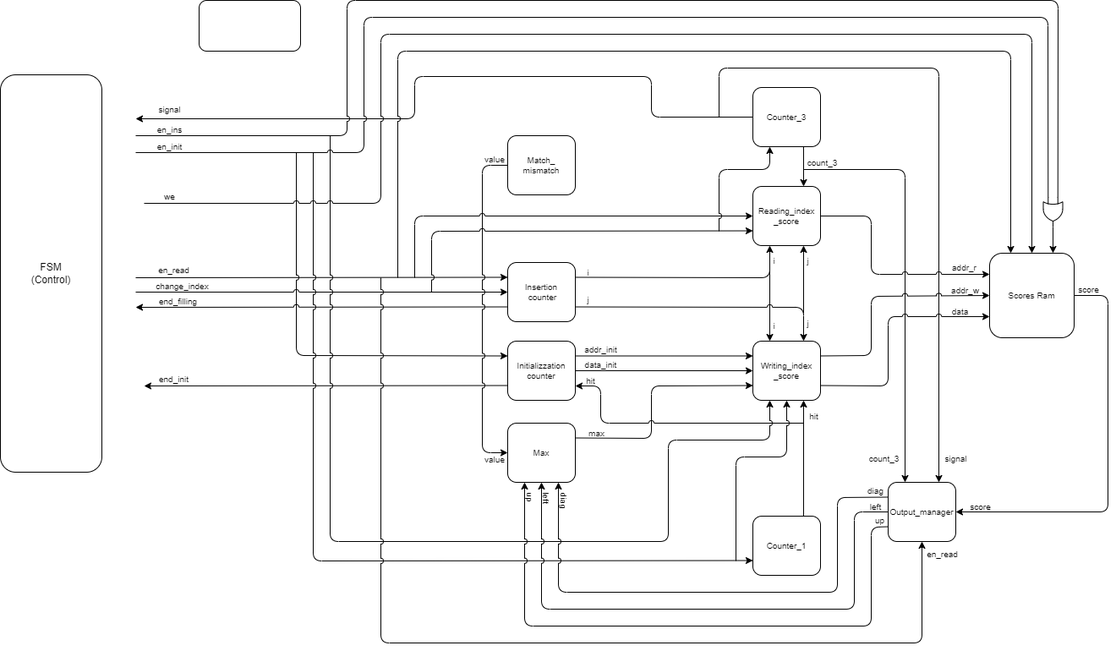
Dani-Picciau/NW_algorithm keeps this draw.io diagram as Algorithm schematics/System_Schematic2.drawio.png. Above is the earlier version. Source tidied: cells renumbered, new cells last; positions are measured from the earlier drawing's top-left corner, leaving out a move shared by most shapes.
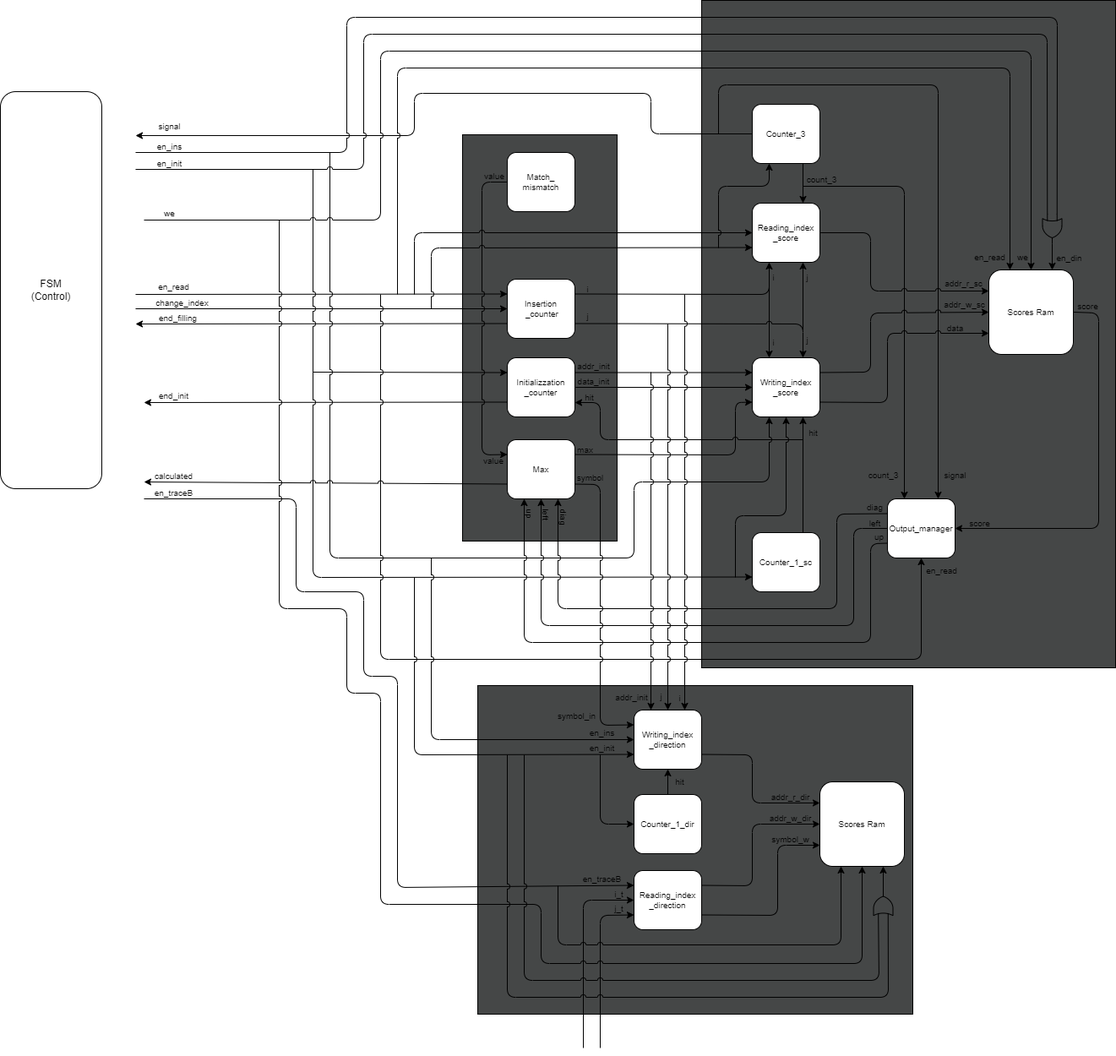
After the commit.

The edit, as a diff of the source:
```diff
@@ -4,2 +4,11 @@
     <mxCell id="1" parent="0" />
+    <mxCell id="89" style="rounded=0;whiteSpace=wrap;html=1;fontSize=10;fillColor=#454747;" parent="1" vertex="1">
+      <mxGeometry x="830" y="-20" width="490" height="790" as="geometry" />
+    </mxCell>
+    <mxCell id="90" style="rounded=0;whiteSpace=wrap;html=1;fontSize=10;fillColor=#454747;" parent="1" vertex="1">
+      <mxGeometry x="547" y="139" width="183" height="481" as="geometry" />
+    </mxCell>
+    <mxCell id="91" style="rounded=0;whiteSpace=wrap;html=1;fontSize=10;fillColor=#454747;" parent="1" vertex="1">
+      <mxGeometry x="565" y="791" width="515" height="389" as="geometry" />
+    </mxCell>
     <mxCell id="2" value="FSM&lt;br&gt;(Control)" style="rounded=1;whiteSpace=wrap;html=1;" parent="1" vertex="1">
@@ -20,5 +29,5 @@
       <mxGeometry relative="1" as="geometry">
-        <mxPoint x="350" y="180" as="sourcePoint" />
+        <mxPoint x="370" y="420" as="sourcePoint" />
         <Array as="points">
-          <mxPoint x="350" y="420" />
+          <mxPoint x="420" y="421" />
         </Array>
@@ -59,3 +68,3 @@
     </mxCell>
-    <mxCell id="16" value="Counter_1" style="rounded=1;whiteSpace=wrap;html=1;strokeWidth=1;fontSize=10;" parent="1" vertex="1">
+    <mxCell id="16" value="Counter_1_sc" style="rounded=1;whiteSpace=wrap;html=1;strokeWidth=1;fontSize=10;" parent="1" vertex="1">
       <mxGeometry x="890" y="610" width="80" height="70" as="geometry" />
@@ -65,6 +74,6 @@
     </mxCell>
-    <mxCell id="18" value="Insertion&lt;br&gt;&amp;nbsp;counter" style="rounded=1;whiteSpace=wrap;html=1;strokeWidth=1;fontSize=10;" parent="1" vertex="1">
+    <mxCell id="18" value="Insertion&lt;br&gt;&amp;nbsp;_counter" style="rounded=1;whiteSpace=wrap;html=1;strokeWidth=1;fontSize=10;" parent="1" vertex="1">
       <mxGeometry x="600" y="310" width="80" height="70" as="geometry" />
     </mxCell>
-    <mxCell id="19" value="Initializzation counter" style="rounded=1;whiteSpace=wrap;html=1;strokeWidth=1;fontSize=10;" parent="1" vertex="1">
+    <mxCell id="19" value="Initializzation _counter" style="rounded=1;whiteSpace=wrap;html=1;strokeWidth=1;fontSize=10;" parent="1" vertex="1">
       <mxGeometry x="600" y="403" width="80" height="70" as="geometry" />
@@ -77,3 +86,3 @@
     </mxCell>
-    <mxCell id="22" style="endArrow=classic;html=1;exitX=0;exitY=0.5;exitDx=0;exitDy=0;entryX=0;entryY=0.5;entryDx=0;entryDy=0;jumpStyle=arc;" parent="1" edge="1" source="21" target="20">
+    <mxCell id="22" style="endArrow=classic;html=1;exitX=0;exitY=0.5;exitDx=0;exitDy=0;entryX=0;entryY=0.25;entryDx=0;entryDy=0;jumpStyle=arc;" parent="1" edge="1" source="21" target="20">
       <mxGeometry relative="1" as="geometry">
@@ -81,3 +90,3 @@
           <mxPoint x="570" y="195" />
-          <mxPoint x="570" y="535" />
+          <mxPoint x="570" y="518" />
         </Array>
@@ -164,4 +173,4 @@
         <Array as="points">
-          <mxPoint x="770" y="518" />
-          <mxPoint x="770" y="456" />
+          <mxPoint x="870" y="518" />
+          <mxPoint x="870" y="456" />
         </Array>
@@ -176,9 +185,9 @@
     <mxCell id="42" value="addr_init" style="text;html=1;align=center;verticalAlign=middle;strokeColor=none;fillColor=none;fontSize=10;" parent="1" vertex="1">
-      <mxGeometry x="680" y="398" width="60" height="30" as="geometry" />
+      <mxGeometry x="672" y="398" width="60" height="30" as="geometry" />
     </mxCell>
     <mxCell id="43" value="data_init" style="text;html=1;align=center;verticalAlign=middle;strokeColor=none;fillColor=none;fontSize=10;" parent="1" vertex="1">
-      <mxGeometry x="680" y="416" width="60" height="30" as="geometry" />
+      <mxGeometry x="672" y="416" width="60" height="30" as="geometry" />
     </mxCell>
     <mxCell id="44" value="max" style="text;html=1;align=center;verticalAlign=middle;strokeColor=none;fillColor=none;fontSize=10;" parent="1" vertex="1">
-      <mxGeometry x="685" y="497" width="40" height="30" as="geometry" />
+      <mxGeometry x="672" y="497" width="40" height="30" as="geometry" />
     </mxCell>
@@ -198,3 +207,3 @@
     <mxCell id="47" value="hit" style="text;html=1;align=center;verticalAlign=middle;strokeColor=none;fillColor=none;fontSize=10;" parent="1" vertex="1">
-      <mxGeometry x="683" y="435" width="30" height="30" as="geometry" />
+      <mxGeometry x="682" y="435" width="30" height="30" as="geometry" />
     </mxCell>
@@ -207,4 +216,4 @@
         <Array as="points">
-          <mxPoint x="870" y="540" />
-          <mxPoint x="930" y="540" />
+          <mxPoint x="870" y="590" />
+          <mxPoint x="930" y="590" />
         </Array>
@@ -217,5 +226,5 @@
           <mxPoint x="390" y="640" />
-          <mxPoint x="790" y="640" />
-          <mxPoint x="790" y="520" />
-          <mxPoint x="910" y="520" />
+          <mxPoint x="750" y="640" />
+          <mxPoint x="750" y="550" />
+          <mxPoint x="910" y="550" />
         </Array>
@@ -298,4 +307,4 @@
         <Array as="points">
-          <mxPoint x="1310" y="349" />
-          <mxPoint x="1310" y="605" />
+          <mxPoint x="1300" y="350" />
+          <mxPoint x="1300" y="605" />
         </Array>
@@ -327,10 +336,10 @@
     </mxCell>
-    <mxCell id="65" value="addr_r" style="text;html=1;align=center;verticalAlign=middle;strokeColor=none;fillColor=none;fontSize=10;" parent="1" vertex="1">
-      <mxGeometry x="1115" y="301" width="50" height="30" as="geometry" />
+    <mxCell id="65" value="addr_r_sc" style="text;html=1;align=center;verticalAlign=middle;strokeColor=none;fillColor=none;fontSize=10;" parent="1" vertex="1">
+      <mxGeometry x="1105" y="300" width="70" height="30" as="geometry" />
     </mxCell>
-    <mxCell id="66" value="addr_w" style="text;html=1;align=center;verticalAlign=middle;strokeColor=none;fillColor=none;fontSize=10;" parent="1" vertex="1">
-      <mxGeometry x="1111" y="328" width="60" height="30" as="geometry" />
+    <mxCell id="66" value="addr_w_sc" style="text;html=1;align=center;verticalAlign=middle;strokeColor=none;fillColor=none;fontSize=10;" parent="1" vertex="1">
+      <mxGeometry x="1106" y="325" width="70" height="30" as="geometry" />
     </mxCell>
     <mxCell id="67" value="data" style="text;html=1;align=center;verticalAlign=middle;strokeColor=none;fillColor=none;fontSize=10;" parent="1" vertex="1">
-      <mxGeometry x="1115" y="353" width="40" height="30" as="geometry" />
+      <mxGeometry x="1110" y="353" width="40" height="30" as="geometry" />
     </mxCell>
@@ -418,3 +427,3 @@
     <mxCell id="84" value="&lt;span style=&quot;font-size: 10px;&quot;&gt;value&lt;/span&gt;" style="text;html=1;strokeColor=none;fillColor=none;align=center;verticalAlign=middle;whiteSpace=wrap;rounded=0;" parent="1" vertex="1">
-      <mxGeometry x="555" y="528" width="60" height="30" as="geometry" />
+      <mxGeometry x="554" y="510" width="60" height="30" as="geometry" />
     </mxCell>
@@ -429,5 +438,230 @@
     </mxCell>
-    <mxCell id="88" style="rounded=1;whiteSpace=wrap;html=1;fontSize=10;fillColor=none;" parent="1" vertex="1">
-      <mxGeometry x="235" width="120" height="60" as="geometry" />
-    </mxCell>
+    <mxCell id="92" value="Writing_index&lt;br&gt;_direction" style="rounded=1;whiteSpace=wrap;html=1;strokeWidth=1;fontSize=10;" parent="1" vertex="1">
+      <mxGeometry x="750" y="820" width="80" height="70" as="geometry" />
+    </mxCell>
+    <mxCell id="93" value="Reading_index&lt;br&gt;_direction" style="rounded=1;whiteSpace=wrap;html=1;strokeWidth=1;fontSize=10;" parent="1" vertex="1">
+      <mxGeometry x="750" y="1010" width="80" height="70" as="geometry" />
+    </mxCell>
+    <mxCell id="94" style="endArrow=classic;html=1;fontSize=10;jumpStyle=arc;exitX=0;exitY=0.75;exitDx=0;exitDy=0;" parent="1" edge="1" source="20">
+      <mxGeometry relative="1" as="geometry">
+        <mxPoint x="170" y="550" as="targetPoint" />
+      </mxGeometry>
+    </mxCell>
+    <mxCell id="95" value="calculated" style="text;html=1;align=center;verticalAlign=middle;strokeColor=none;fillColor=none;fontSize=10;" parent="1" vertex="1">
+      <mxGeometry x="170" y="528" width="70" height="30" as="geometry" />
+    </mxCell>
+    <mxCell id="96" style="endArrow=classic;html=1;fontSize=10;jumpStyle=arc;entryX=0.25;entryY=0;entryDx=0;entryDy=0;" parent="1" edge="1" target="92">
+      <mxGeometry relative="1" as="geometry">
+        <mxPoint x="770" y="420" as="sourcePoint" />
+      </mxGeometry>
+    </mxCell>
+    <mxCell id="97" style="endArrow=classic;html=1;fontSize=10;jumpStyle=arc;entryX=0.5;entryY=0;entryDx=0;entryDy=0;" parent="1" edge="1" target="92">
+      <mxGeometry relative="1" as="geometry">
+        <mxPoint x="790" y="363" as="sourcePoint" />
+      </mxGeometry>
+    </mxCell>
+    <mxCell id="98" style="endArrow=classic;html=1;fontSize=10;jumpStyle=arc;entryX=0.75;entryY=0;entryDx=0;entryDy=0;" parent="1" edge="1" target="92">
+      <mxGeometry relative="1" as="geometry">
+        <mxPoint x="810" y="328" as="sourcePoint" />
+        <Array as="points">
+          <mxPoint x="810" y="620" />
+        </Array>
+      </mxGeometry>
+    </mxCell>
+    <mxCell id="99" style="endArrow=classic;html=1;fontSize=10;jumpStyle=arc;exitX=1;exitY=0.75;exitDx=0;exitDy=0;entryX=0;entryY=0.25;entryDx=0;entryDy=0;" parent="1" edge="1" source="20" target="92">
+      <mxGeometry relative="1" as="geometry">
+        <Array as="points">
+          <mxPoint x="710" y="553" />
+          <mxPoint x="710" y="838" />
+        </Array>
+      </mxGeometry>
+    </mxCell>
+    <mxCell id="100" value="symbol" style="text;html=1;align=center;verticalAlign=middle;strokeColor=none;fillColor=none;fontSize=10;" parent="1" vertex="1">
+      <mxGeometry x="668" y="530" width="60" height="30" as="geometry" />
+    </mxCell>
+    <mxCell id="101" value="symbol_in" style="text;html=1;align=center;verticalAlign=middle;strokeColor=none;fillColor=none;fontSize=10;" parent="1" vertex="1">
+      <mxGeometry x="647" y="812" width="70" height="30" as="geometry" />
+    </mxCell>
+    <mxCell id="102" value="Scores Ram" style="rounded=1;whiteSpace=wrap;html=1;strokeWidth=1;fontSize=10;" parent="1" vertex="1">
+      <mxGeometry x="970" y="905" width="100" height="100" as="geometry" />
+    </mxCell>
+    <mxCell id="103" value="addr_init" style="text;html=1;align=center;verticalAlign=middle;strokeColor=none;fillColor=none;fontSize=10;" parent="1" vertex="1">
+      <mxGeometry x="717" y="790" width="60" height="30" as="geometry" />
+    </mxCell>
+    <mxCell id="104" value="j" style="text;html=1;align=center;verticalAlign=middle;strokeColor=none;fillColor=none;fontSize=10;" parent="1" vertex="1">
+      <mxGeometry x="767" y="789" width="30" height="30" as="geometry" />
+    </mxCell>
+    <mxCell id="105" value="i" style="text;html=1;align=center;verticalAlign=middle;strokeColor=none;fillColor=none;fontSize=10;" parent="1" vertex="1">
+      <mxGeometry x="789" y="791" width="30" height="30" as="geometry" />
+    </mxCell>
+    <mxCell id="106" style="endArrow=classic;html=1;fontSize=10;jumpStyle=arc;entryX=0;entryY=0.5;entryDx=0;entryDy=0;" parent="1" edge="1" target="92">
+      <mxGeometry relative="1" as="geometry">
+        <mxPoint x="510" y="640" as="sourcePoint" />
+        <Array as="points">
+          <mxPoint x="510" y="855" />
+        </Array>
+      </mxGeometry>
+    </mxCell>
+    <mxCell id="107" style="endArrow=classic;html=1;fontSize=10;jumpStyle=arc;entryX=0;entryY=0.75;entryDx=0;entryDy=0;" parent="1" edge="1" target="92">
+      <mxGeometry relative="1" as="geometry">
+        <mxPoint x="490" y="663" as="sourcePoint" />
+        <Array as="points">
+          <mxPoint x="490" y="873" />
+        </Array>
+      </mxGeometry>
+    </mxCell>
+    <mxCell id="108" value="en_init" style="text;html=1;align=center;verticalAlign=middle;strokeColor=none;fillColor=none;fontSize=10;" parent="1" vertex="1">
+      <mxGeometry x="687" y="850" width="50" height="30" as="geometry" />
+    </mxCell>
+    <mxCell id="109" value="en_ins" style="text;html=1;align=center;verticalAlign=middle;strokeColor=none;fillColor=none;fontSize=10;" parent="1" vertex="1">
+      <mxGeometry x="687" y="832" width="50" height="30" as="geometry" />
+    </mxCell>
+    <mxCell id="110" value="en_din" style="text;html=1;align=center;verticalAlign=middle;strokeColor=none;fillColor=none;fontSize=10;" parent="1" vertex="1">
+      <mxGeometry x="1240" y="270" width="50" height="30" as="geometry" />
+    </mxCell>
+    <mxCell id="111" value="we" style="text;html=1;align=center;verticalAlign=middle;strokeColor=none;fillColor=none;fontSize=10;" parent="1" vertex="1">
+      <mxGeometry x="1189.5" y="269" width="40" height="30" as="geometry" />
+    </mxCell>
+    <mxCell id="112" value="en_read" style="text;html=1;align=center;verticalAlign=middle;strokeColor=none;fillColor=none;fontSize=10;" parent="1" vertex="1">
+      <mxGeometry x="1141" y="269" width="60" height="30" as="geometry" />
+    </mxCell>
+    <mxCell id="113" style="endArrow=classic;html=1;fontSize=10;jumpStyle=arc;entryX=0;entryY=0.25;entryDx=0;entryDy=0;" parent="1" edge="1" target="93">
+      <mxGeometry relative="1" as="geometry">
+        <mxPoint x="170" y="570" as="sourcePoint" />
+        <Array as="points">
+          <mxPoint x="350" y="570" />
+          <mxPoint x="350" y="680" />
+          <mxPoint x="430" y="680" />
+          <mxPoint x="430" y="780" />
+          <mxPoint x="470" y="780" />
+          <mxPoint x="470" y="1030" />
+        </Array>
+      </mxGeometry>
+    </mxCell>
+    <mxCell id="114" value="en_traceB" style="text;html=1;align=center;verticalAlign=middle;strokeColor=none;fillColor=none;fontSize=10;" parent="1" vertex="1">
+      <mxGeometry x="170" y="548" width="70" height="30" as="geometry" />
+    </mxCell>
+    <mxCell id="115" style="endArrow=classic;html=1;fontSize=10;jumpStyle=arc;exitX=1;exitY=0.75;exitDx=0;exitDy=0;entryX=0;entryY=0.25;entryDx=0;entryDy=0;" parent="1" edge="1" source="92" target="102">
+      <mxGeometry relative="1" as="geometry">
+        <Array as="points">
+          <mxPoint x="890" y="873" />
+          <mxPoint x="890" y="930" />
+        </Array>
+      </mxGeometry>
+    </mxCell>
+    <mxCell id="116" style="endArrow=classic;html=1;fontSize=10;jumpStyle=arc;entryX=0;entryY=0.5;entryDx=0;entryDy=0;exitX=1;exitY=0.25;exitDx=0;exitDy=0;" parent="1" edge="1" source="93" target="102">
+      <mxGeometry relative="1" as="geometry">
+        <Array as="points">
+          <mxPoint x="890" y="1028" />
+          <mxPoint x="890" y="955" />
+        </Array>
+      </mxGeometry>
+    </mxCell>
+    <mxCell id="117" style="endArrow=classic;html=1;fontSize=10;jumpStyle=arc;entryX=0;entryY=0.75;entryDx=0;entryDy=0;exitX=1;exitY=0.75;exitDx=0;exitDy=0;" parent="1" edge="1" source="93" target="102">
+      <mxGeometry relative="1" as="geometry">
+        <Array as="points">
+          <mxPoint x="920" y="1063" />
+          <mxPoint x="920" y="980" />
+        </Array>
+      </mxGeometry>
+    </mxCell>
+    <mxCell id="118" value="addr_r_dir" style="text;html=1;align=center;verticalAlign=middle;strokeColor=none;fillColor=none;fontSize=10;" parent="1" vertex="1">
+      <mxGeometry x="900" y="908" width="70" height="30" as="geometry" />
+    </mxCell>
+    <mxCell id="119" value="addr_w_dir" style="text;html=1;align=center;verticalAlign=middle;strokeColor=none;fillColor=none;fontSize=10;" parent="1" vertex="1">
+      <mxGeometry x="900" y="933" width="70" height="30" as="geometry" />
+    </mxCell>
+    <mxCell id="120" value="symbol_w" style="text;html=1;align=center;verticalAlign=middle;strokeColor=none;fillColor=none;fontSize=10;" parent="1" vertex="1">
+      <mxGeometry x="900" y="958" width="70" height="30" as="geometry" />
+    </mxCell>
+    <mxCell id="121" style="endArrow=classic;html=1;fontSize=10;jumpStyle=arc;entryX=0;entryY=0.5;entryDx=0;entryDy=0;" parent="1" edge="1" target="93">
+      <mxGeometry relative="1" as="geometry">
+        <mxPoint x="690" y="1220" as="sourcePoint" />
+        <Array as="points">
+          <mxPoint x="690" y="1045" />
+        </Array>
+      </mxGeometry>
+    </mxCell>
+    <mxCell id="122" style="endArrow=classic;html=1;fontSize=10;jumpStyle=arc;entryX=0;entryY=0.75;entryDx=0;entryDy=0;" parent="1" edge="1" target="93">
+      <mxGeometry relative="1" as="geometry">
+        <mxPoint x="710" y="1220" as="sourcePoint" />
+        <Array as="points">
+          <mxPoint x="710" y="1063" />
+        </Array>
+      </mxGeometry>
+    </mxCell>
+    <mxCell id="123" value="i_t" style="text;html=1;align=center;verticalAlign=middle;strokeColor=none;fillColor=none;fontSize=10;" parent="1" vertex="1">
+      <mxGeometry x="717" y="1023" width="30" height="30" as="geometry" />
+    </mxCell>
+    <mxCell id="124" value="j_t" style="text;html=1;align=center;verticalAlign=middle;strokeColor=none;fillColor=none;fontSize=10;" parent="1" vertex="1">
+      <mxGeometry x="717" y="1040" width="30" height="30" as="geometry" />
+    </mxCell>
+    <mxCell id="125" value="en_traceB" style="text;html=1;align=center;verticalAlign=middle;strokeColor=none;fillColor=none;fontSize=10;" parent="1" vertex="1">
+      <mxGeometry x="677" y="1005" width="70" height="30" as="geometry" />
+    </mxCell>
+    <mxCell id="126" value="Counter_1_dir" style="rounded=1;whiteSpace=wrap;html=1;strokeWidth=1;fontSize=10;" parent="1" vertex="1">
+      <mxGeometry x="750" y="920" width="80" height="70" as="geometry" />
+    </mxCell>
+    <mxCell id="127" style="endArrow=classic;html=1;fontSize=10;jumpStyle=arc;entryX=0.5;entryY=1;entryDx=0;entryDy=0;exitX=0.5;exitY=0;exitDx=0;exitDy=0;" parent="1" edge="1" source="126" target="92">
+      <mxGeometry relative="1" as="geometry" />
+    </mxCell>
+    <mxCell id="128" value="hit" style="text;html=1;align=center;verticalAlign=middle;strokeColor=none;fillColor=none;fontSize=10;" parent="1" vertex="1">
+      <mxGeometry x="789" y="890" width="30" height="30" as="geometry" />
+    </mxCell>
+    <mxCell id="129" style="endArrow=classic;html=1;fontSize=10;jumpStyle=arc;entryX=0;entryY=0.5;entryDx=0;entryDy=0;" parent="1" edge="1" target="126">
+      <mxGeometry relative="1" as="geometry">
+        <mxPoint x="710" y="873" as="sourcePoint" />
+        <Array as="points">
+          <mxPoint x="710" y="955" />
+        </Array>
+      </mxGeometry>
+    </mxCell>
+    <mxCell id="130" style="verticalLabelPosition=bottom;shadow=0;dashed=0;align=center;html=1;verticalAlign=top;shape=mxgraph.electrical.logic_gates.logic_gate;operation=or;fontSize=10;fillColor=none;rotation=-90;" parent="1" vertex="1">
+      <mxGeometry x="1027.5" y="1039.5" width="35" height="23" as="geometry" />
+    </mxCell>
+    <mxCell id="131" style="endArrow=classic;html=1;fontSize=10;jumpStyle=arc;entryX=0.75;entryY=1;entryDx=0;entryDy=0;" parent="1" edge="1" source="130" target="102">
+      <mxGeometry relative="1" as="geometry" />
+    </mxCell>
+    <mxCell id="132" style="endArrow=classic;html=1;fontSize=10;jumpStyle=arc;entryX=0.25;entryY=1;entryDx=0;entryDy=0;" parent="1" edge="1" target="102">
+      <mxGeometry relative="1" as="geometry">
+        <mxPoint x="660" y="1028" as="sourcePoint" />
+        <Array as="points">
+          <mxPoint x="660" y="1098" />
+          <mxPoint x="995" y="1098" />
+        </Array>
+      </mxGeometry>
+    </mxCell>
+    <mxCell id="133" style="endArrow=classic;html=1;fontSize=10;jumpStyle=arc;entryX=0.5;entryY=1;entryDx=0;entryDy=0;" parent="1" edge="1" target="102">
+      <mxGeometry relative="1" as="geometry">
+        <mxPoint x="330" y="240" as="sourcePoint" />
+        <Array as="points">
+          <mxPoint x="330" y="700" />
+          <mxPoint x="410" y="700" />
+          <mxPoint x="410" y="800" />
+          <mxPoint x="450" y="800" />
+          <mxPoint x="450" y="1050" />
+          <mxPoint x="640" y="1050" />
+          <mxPoint x="640" y="1120" />
+          <mxPoint x="1020" y="1120" />
+        </Array>
+      </mxGeometry>
+    </mxCell>
+    <mxCell id="134" style="endArrow=none;html=1;fontSize=10;jumpStyle=arc;exitX=0;exitY=0.25;exitDx=0;exitDy=0;exitPerimeter=0;" parent="1" edge="1" source="130">
+      <mxGeometry relative="1" as="geometry">
+        <mxPoint x="620" y="873" as="targetPoint" />
+        <Array as="points">
+          <mxPoint x="1040" y="1140" />
+          <mxPoint x="620" y="1140" />
+        </Array>
+      </mxGeometry>
+    </mxCell>
+    <mxCell id="135" style="endArrow=none;html=1;fontSize=10;jumpStyle=arc;exitX=0;exitY=0.75;exitDx=0;exitDy=0;exitPerimeter=0;" parent="1" edge="1" source="130">
+      <mxGeometry relative="1" as="geometry">
+        <mxPoint x="600" y="873" as="targetPoint" />
+        <Array as="points">
+          <mxPoint x="1051" y="1160" />
+          <mxPoint x="600" y="1160" />
+        </Array>
+      </mxGeometry>
+    </mxCell>
   </root>
```
